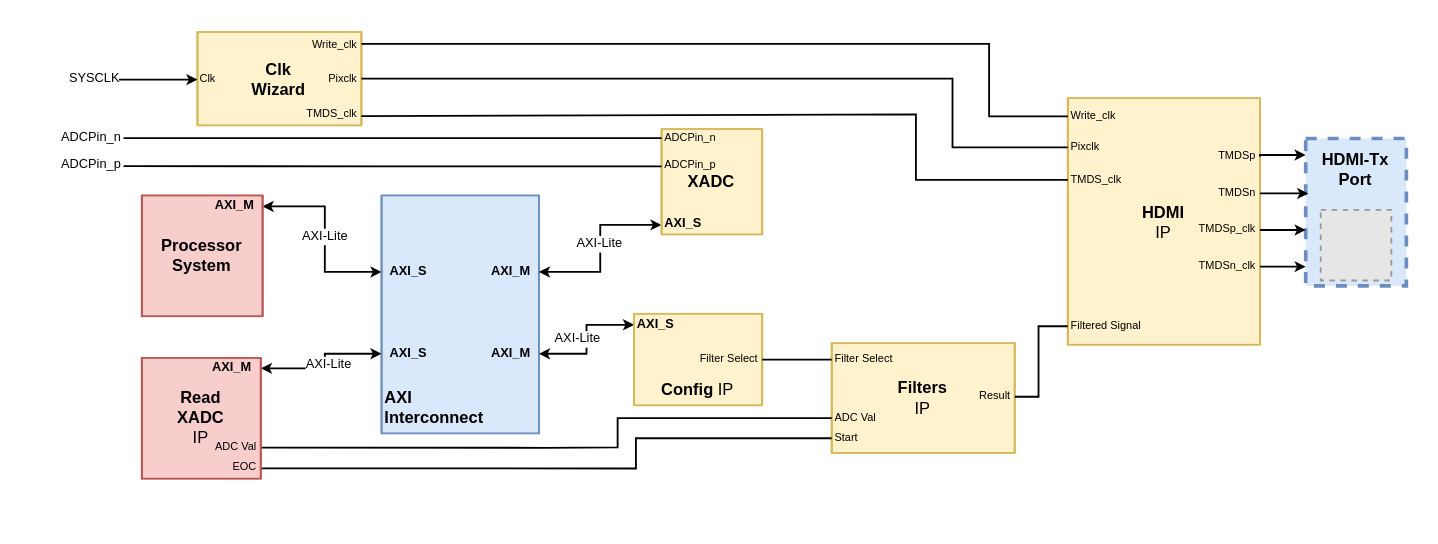
Before: page "BlockDiagram" (7 of 7) of design/BlockDiagram.drawio in ESRGgroup9/oscilloscope_fpga, a draw.io diagram. Source tidied: cells renumbered, new cells numbered last; positions are measured from the earlier drawing's top-left corner, leaving out a move shared by most shapes. Both pictures are drawn from the tidied source at 183%, with x=0, y=0 at pixel (31, 31). Pictures stored in the file or linked from it are replaced by grey dashed boxes.
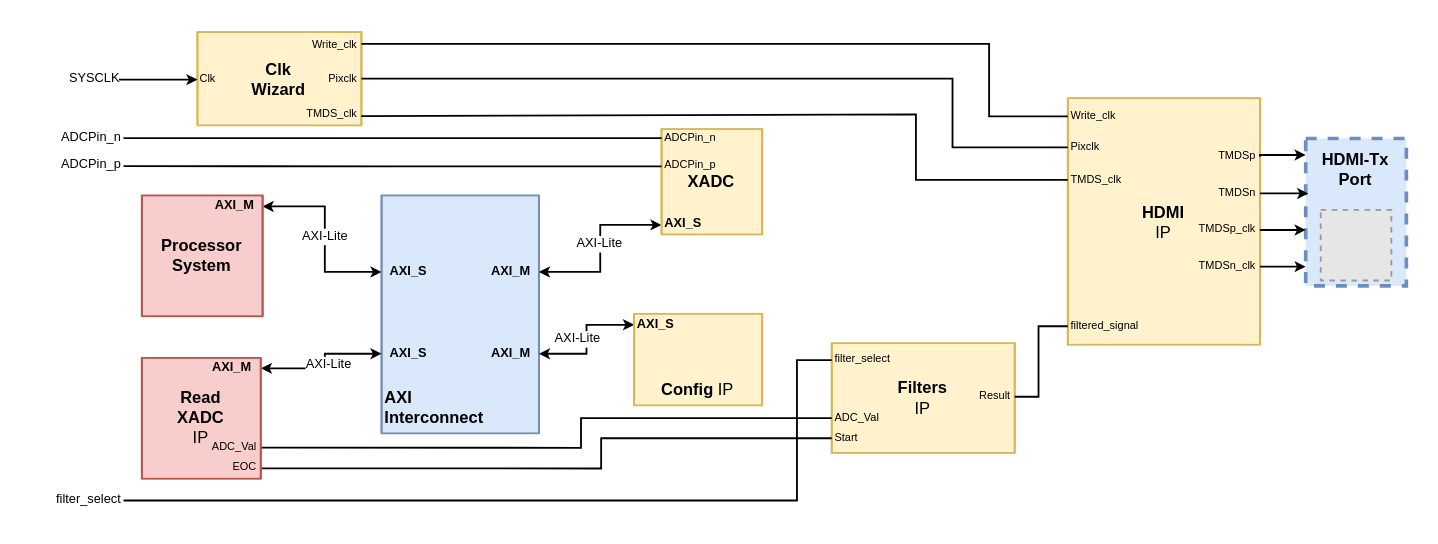
Above is the later version.

The change refers to these unchanged cells:
```xml
<mxCell id="44" style="group;" parent="1" vertex="1">
  <mxGeometry x="437" y="170" width="100" height="60" as="geometry" />
</mxCell>
<mxCell id="48" value="Start" style="text;html=1;strokeColor=none;fillColor=none;align=left;verticalAlign=middle;whiteSpace=wrap;rounded=0;fontSize=6;" parent="44" vertex="1">
  <mxGeometry y="47" width="40" height="9.3" as="geometry" />
</mxCell>
<mxCell id="50" style="group;" parent="1" vertex="1">
  <mxGeometry x="329" y="154" width="70" height="50" as="geometry" />
</mxCell>
<mxCell id="57" style="group;" parent="1" vertex="1">
  <mxGeometry x="60" y="177.8" width="65" height="66.3" as="geometry" />
</mxCell>
<mxCell id="61" value="EOC" style="text;html=1;strokeColor=none;fillColor=none;align=right;verticalAlign=middle;whiteSpace=wrap;rounded=0;fontSize=6;" parent="57" vertex="1">
  <mxGeometry x="21.7" y="55" width="43.3" height="11.3" as="geometry" />
</mxCell>
```

Change to the diagram source:
```diff
@@
-    <mxCell id="31" value="&lt;div style=&quot;font-size: 6px;&quot;&gt;Filtered Signal&lt;/div&gt;" style="text;html=1;strokeColor=none;fillColor=none;align=left;verticalAlign=middle;whiteSpace=wrap;rounded=0;fontSize=6;" parent="1" vertex="1">
+    <mxCell id="31" value="filtered_signal" style="text;html=1;strokeColor=none;fillColor=none;align=left;verticalAlign=middle;whiteSpace=wrap;rounded=0;fontSize=6;" parent="1" vertex="1">
       <mxGeometry x="566" y="150.8" width="53" height="20" as="geometry" />
     </mxCell>
@@
-    <mxCell id="46" value="Filter Select" style="text;html=1;strokeColor=none;fillColor=none;align=left;verticalAlign=middle;whiteSpace=wrap;rounded=0;fontSize=6;" parent="44" vertex="1">
+    <mxCell id="46" value="filter_select" style="text;html=1;strokeColor=none;fillColor=none;align=left;verticalAlign=middle;whiteSpace=wrap;rounded=0;fontSize=6;" parent="44" vertex="1">
       <mxGeometry y="-0.7" width="40" height="20" as="geometry" />
     </mxCell>
-    <mxCell id="47" value="ADC Val" style="text;html=1;strokeColor=none;fillColor=none;align=left;verticalAlign=middle;whiteSpace=wrap;rounded=0;fontSize=6;" parent="44" vertex="1">
+    <mxCell id="47" value="ADC_Val" style="text;html=1;strokeColor=none;fillColor=none;align=left;verticalAlign=middle;whiteSpace=wrap;rounded=0;fontSize=6;" parent="44" vertex="1">
       <mxGeometry y="36.3" width="40" height="9.3" as="geometry" />
     </mxCell>
@@
-    <mxCell id="53" value="Filter Select" style="text;html=1;strokeColor=none;fillColor=none;align=right;verticalAlign=middle;whiteSpace=wrap;rounded=0;fontSize=6;" parent="50" vertex="1">
-      <mxGeometry x="30" y="15" width="40" height="20" as="geometry" />
-    </mxCell>
     <mxCell id="54" style="edgeStyle=orthogonalEdgeStyle;rounded=0;jettySize=auto;html=1;labelBackgroundColor=default;fontSize=6;startArrow=none;startFill=0;startSize=3;endSize=3;endArrow=none;endFill=0;exitX=1;exitY=0.5;exitDx=0;exitDy=0;entryX=0;entryY=0.5;entryDx=0;entryDy=0;" parent="1" edge="1" source="60" target="47">
       <mxGeometry relative="1" as="geometry">
         <Array as="points">
-          <mxPoint x="280" y="227" />
-          <mxPoint x="320" y="227" />
-          <mxPoint x="320" y="211" />
+          <mxPoint x="300" y="227" />
+          <mxPoint x="300" y="211" />
         </Array>
       </mxGeometry>
     </mxCell>
     <mxCell id="55" style="edgeStyle=orthogonalEdgeStyle;rounded=0;jettySize=auto;html=1;labelBackgroundColor=default;fontSize=6;startArrow=none;startFill=0;startSize=3;endSize=3;endArrow=none;endFill=0;exitX=1;exitY=0.5;exitDx=0;exitDy=0;" parent="1" edge="1" source="61" target="48">
       <mxGeometry relative="1" as="geometry">
         <Array as="points">
-          <mxPoint x="330" y="238" />
-          <mxPoint x="330" y="222" />
+          <mxPoint x="311" y="239" />
+          <mxPoint x="311" y="222" />
         </Array>
       </mxGeometry>
     </mxCell>
@@
-    <mxCell id="60" value="ADC Val" style="text;html=1;strokeColor=none;fillColor=none;align=right;verticalAlign=middle;whiteSpace=wrap;rounded=0;fontSize=6;" parent="57" vertex="1">
+    <mxCell id="60" value="ADC_Val" style="text;html=1;strokeColor=none;fillColor=none;align=right;verticalAlign=middle;whiteSpace=wrap;rounded=0;fontSize=6;" parent="57" vertex="1">
       <mxGeometry x="21.7" y="43.7" width="43.3" height="11.3" as="geometry" />
     </mxCell>
@@
-    <mxCell id="65" style="edgeStyle=orthogonalEdgeStyle;rounded=0;jettySize=auto;html=1;exitX=1;exitY=0.5;exitDx=0;exitDy=0;entryX=0;entryY=0.5;entryDx=0;entryDy=0;endArrow=none;endFill=0;" parent="1" edge="1" source="53" target="46">
-      <mxGeometry relative="1" as="geometry" />
-    </mxCell>
@@
+    <mxCell id="68" style="edgeStyle=orthogonalEdgeStyle;rounded=0;jettySize=auto;html=1;entryX=0;entryY=0.5;entryDx=0;entryDy=0;endArrow=none;endFill=0;" parent="1" edge="1" source="69" target="46">
+      <mxGeometry relative="1" as="geometry">
+        <Array as="points">
+          <mxPoint x="418" y="256" />
+          <mxPoint x="418" y="179" />
+        </Array>
+      </mxGeometry>
+    </mxCell>
+    <mxCell id="69" value="filter_select" style="text;html=1;align=right;verticalAlign=middle;points=[];strokeColor=none;fillColor=none;fontSize=7;" parent="1" vertex="1">
+      <mxGeometry x="5" y="250" width="45" height="12" as="geometry" />
+    </mxCell>
```
